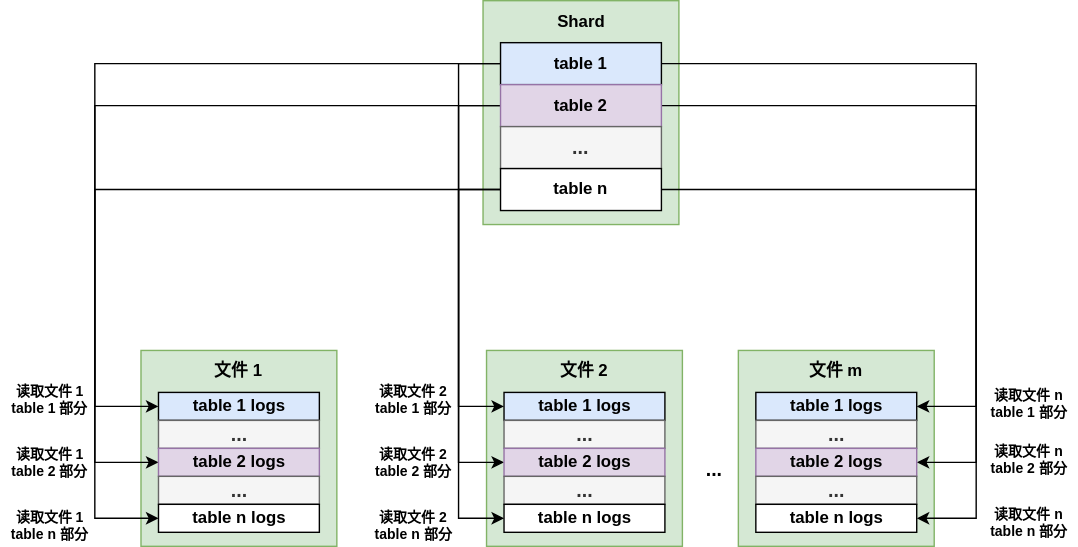
Before: rockswal.drawio.svg, a diagram exported from draw.io (Rachelint/drawio-store). Source tidied: cells renumbered, new cells last; positions are measured from the earlier drawing's top-left corner, leaving out a move shared by most shapes.
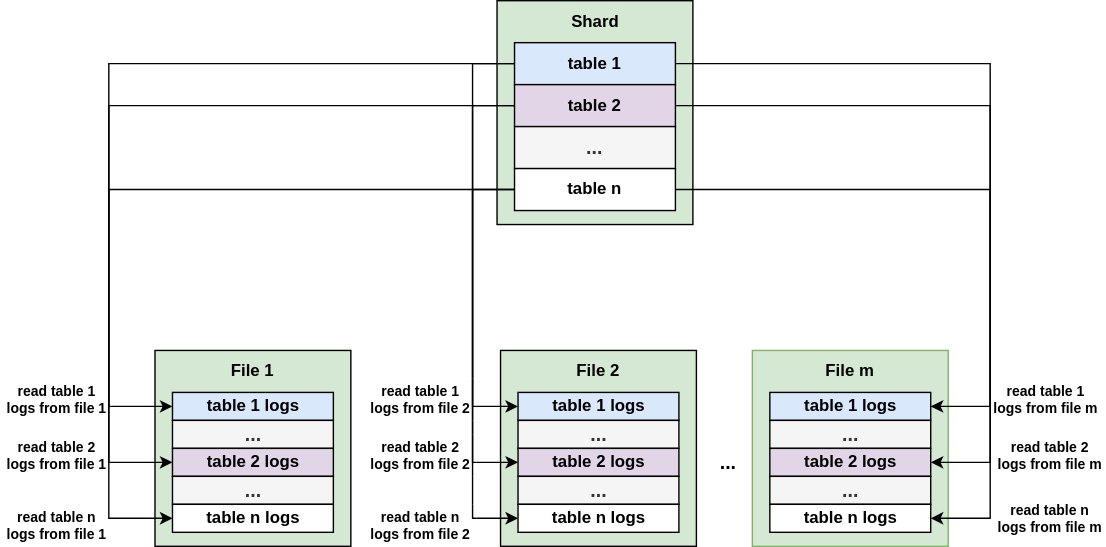
Above is the later version.

What changed in the source:
```diff
@@ -2,16 +2,16 @@
   <root>
     <mxCell id="0" />
     <mxCell id="1" parent="0" />
-    <mxCell id="2" style="rounded=0;whiteSpace=wrap;html=1;fillColor=#d5e8d4;strokeColor=#82b366;fontStyle=1;" parent="1" vertex="1">
+    <mxCell id="2" style="rounded=0;whiteSpace=wrap;html=1;fillColor=#d5e8d4;strokeColor=#82B366;fontStyle=1;" parent="1" vertex="1">
       <mxGeometry x="527" y="250" width="140" height="140" as="geometry" />
     </mxCell>
-    <mxCell id="3" style="rounded=0;whiteSpace=wrap;html=1;fillColor=#d5e8d4;strokeColor=#82b366;fontStyle=1;" parent="1" vertex="1">
+    <mxCell id="3" style="rounded=0;whiteSpace=wrap;html=1;fillColor=#d5e8d4;strokeColor=#000000;fontStyle=1;" parent="1" vertex="1">
       <mxGeometry x="347" y="250" width="140" height="140" as="geometry" />
     </mxCell>
-    <mxCell id="4" style="rounded=0;whiteSpace=wrap;html=1;fillColor=#d5e8d4;strokeColor=#82b366;fontStyle=1;" parent="1" vertex="1">
+    <mxCell id="4" style="rounded=0;whiteSpace=wrap;html=1;fillColor=#d5e8d4;strokeColor=#000000;fontStyle=1;" parent="1" vertex="1">
       <mxGeometry x="100" y="250" width="140" height="140" as="geometry" />
     </mxCell>
-    <mxCell id="5" style="rounded=0;whiteSpace=wrap;html=1;fillColor=#d5e8d4;strokeColor=#82b366;fontStyle=1;" parent="1" vertex="1">
+    <mxCell id="5" style="rounded=0;whiteSpace=wrap;html=1;fillColor=#d5e8d4;strokeColor=#000000;fontStyle=1;" parent="1" vertex="1">
       <mxGeometry x="344.5" width="140" height="160" as="geometry" />
     </mxCell>
     <mxCell id="6" style="edgeStyle=orthogonalEdgeStyle;rounded=0;jettySize=auto;html=1;exitX=0;exitY=0.5;exitDx=0;exitDy=0;entryX=0;entryY=0.5;entryDx=0;entryDy=0;fontStyle=1;" parent="1" edge="1" source="9" target="20">
@@ -65,10 +65,10 @@
         </Array>
       </mxGeometry>
     </mxCell>
-    <mxCell id="13" value="table 2" style="rounded=0;whiteSpace=wrap;html=1;fillColor=#e1d5e7;strokeColor=#9673a6;fontStyle=1;" parent="1" vertex="1">
+    <mxCell id="13" value="table 2" style="rounded=0;whiteSpace=wrap;html=1;fillColor=#e1d5e7;strokeColor=#000000;fontStyle=1;" parent="1" vertex="1">
       <mxGeometry x="357" y="60" width="115" height="30" as="geometry" />
     </mxCell>
-    <mxCell id="14" value="&lt;font style=&quot;font-size: 14px;&quot;&gt;&lt;span&gt;...&lt;/span&gt;&lt;/font&gt;" style="rounded=0;whiteSpace=wrap;html=1;fillColor=#f5f5f5;strokeColor=#666666;fontColor=#333333;fontStyle=1;" parent="1" vertex="1">
+    <mxCell id="14" value="&lt;font style=&quot;font-size: 14px;&quot;&gt;&lt;span&gt;...&lt;/span&gt;&lt;/font&gt;" style="rounded=0;whiteSpace=wrap;html=1;fillColor=#f5f5f5;strokeColor=#000000;fontColor=#333333;fontStyle=1;" parent="1" vertex="1">
       <mxGeometry x="357" y="90" width="115" height="30" as="geometry" />
     </mxCell>
     <mxCell id="15" style="edgeStyle=orthogonalEdgeStyle;rounded=0;jettySize=auto;html=1;exitX=1;exitY=0.5;exitDx=0;exitDy=0;entryX=1;entryY=0.5;entryDx=0;entryDy=0;fontStyle=1;" parent="1" edge="1" source="18" target="34">
@@ -95,7 +95,7 @@
         </Array>
       </mxGeometry>
     </mxCell>
-    <mxCell id="18" value="table n" style="rounded=0;whiteSpace=wrap;html=1;fontStyle=1;" parent="1" vertex="1">
+    <mxCell id="18" value="table n" style="rounded=0;whiteSpace=wrap;html=1;fontStyle=1;strokeColor=#000000;" parent="1" vertex="1">
       <mxGeometry x="357" y="120" width="115" height="30" as="geometry" />
     </mxCell>
     <mxCell id="19" value="Shard" style="text;html=1;strokeColor=none;fillColor=none;align=center;verticalAlign=middle;whiteSpace=wrap;rounded=0;fontStyle=1;" parent="1" vertex="1">
@@ -104,86 +104,86 @@
     <mxCell id="20" value="table 1 logs" style="rounded=0;whiteSpace=wrap;html=1;fillColor=#dae8fc;strokeColor=#000000;fontStyle=1;" parent="1" vertex="1">
       <mxGeometry x="112.5" y="280" width="115" height="20" as="geometry" />
     </mxCell>
-    <mxCell id="21" value="&lt;font style=&quot;font-size: 14px;&quot;&gt;&lt;span&gt;...&lt;/span&gt;&lt;/font&gt;" style="rounded=0;whiteSpace=wrap;html=1;fillColor=#f5f5f5;strokeColor=#666666;fontColor=#333333;fontStyle=1;" parent="1" vertex="1">
+    <mxCell id="21" value="&lt;font style=&quot;font-size: 14px;&quot;&gt;&lt;span&gt;...&lt;/span&gt;&lt;/font&gt;" style="rounded=0;whiteSpace=wrap;html=1;fillColor=#f5f5f5;strokeColor=#000000;fontColor=#333333;fontStyle=1;" parent="1" vertex="1">
       <mxGeometry x="112.5" y="300" width="115" height="20" as="geometry" />
     </mxCell>
-    <mxCell id="22" value="table 2 logs" style="rounded=0;whiteSpace=wrap;html=1;fillColor=#e1d5e7;strokeColor=#9673a6;fontStyle=1;" parent="1" vertex="1">
+    <mxCell id="22" value="table 2 logs" style="rounded=0;whiteSpace=wrap;html=1;fillColor=#e1d5e7;strokeColor=#000000;fontStyle=1;" parent="1" vertex="1">
       <mxGeometry x="112.5" y="320" width="115" height="20" as="geometry" />
     </mxCell>
-    <mxCell id="23" value="&lt;font style=&quot;font-size: 14px;&quot;&gt;&lt;span&gt;...&lt;/span&gt;&lt;/font&gt;" style="rounded=0;whiteSpace=wrap;html=1;fillColor=#f5f5f5;strokeColor=#666666;fontColor=#333333;fontStyle=1;" parent="1" vertex="1">
+    <mxCell id="23" value="&lt;font style=&quot;font-size: 14px;&quot;&gt;&lt;span&gt;...&lt;/span&gt;&lt;/font&gt;" style="rounded=0;whiteSpace=wrap;html=1;fillColor=#f5f5f5;strokeColor=#000000;fontColor=#333333;fontStyle=1;" parent="1" vertex="1">
       <mxGeometry x="112.5" y="340" width="115" height="20" as="geometry" />
     </mxCell>
-    <mxCell id="24" value="table n logs" style="rounded=0;whiteSpace=wrap;html=1;fontStyle=1;" parent="1" vertex="1">
+    <mxCell id="24" value="table n logs" style="rounded=0;whiteSpace=wrap;html=1;fontStyle=1;strokeColor=#000000;" parent="1" vertex="1">
       <mxGeometry x="112.5" y="360" width="115" height="20" as="geometry" />
     </mxCell>
     <mxCell id="25" value="table 1 logs" style="rounded=0;whiteSpace=wrap;html=1;fillColor=#dae8fc;strokeColor=#000000;fontStyle=1;" parent="1" vertex="1">
       <mxGeometry x="359.5" y="280" width="115" height="20" as="geometry" />
     </mxCell>
-    <mxCell id="26" value="&lt;font style=&quot;font-size: 14px;&quot;&gt;&lt;span&gt;...&lt;/span&gt;&lt;/font&gt;" style="rounded=0;whiteSpace=wrap;html=1;fillColor=#f5f5f5;strokeColor=#666666;fontColor=#333333;fontStyle=1;" parent="1" vertex="1">
+    <mxCell id="26" value="&lt;font style=&quot;font-size: 14px;&quot;&gt;&lt;span&gt;...&lt;/span&gt;&lt;/font&gt;" style="rounded=0;whiteSpace=wrap;html=1;fillColor=#f5f5f5;strokeColor=#000000;fontColor=#333333;fontStyle=1;" parent="1" vertex="1">
       <mxGeometry x="359.5" y="300" width="115" height="20" as="geometry" />
     </mxCell>
-    <mxCell id="27" value="table 2 logs" style="rounded=0;whiteSpace=wrap;html=1;fillColor=#e1d5e7;strokeColor=#9673a6;fontStyle=1;" parent="1" vertex="1">
+    <mxCell id="27" value="table 2 logs" style="rounded=0;whiteSpace=wrap;html=1;fillColor=#e1d5e7;strokeColor=#000000;fontStyle=1;" parent="1" vertex="1">
       <mxGeometry x="359.5" y="320" width="115" height="20" as="geometry" />
     </mxCell>
-    <mxCell id="28" value="&lt;font style=&quot;font-size: 14px;&quot;&gt;&lt;span&gt;...&lt;/span&gt;&lt;/font&gt;" style="rounded=0;whiteSpace=wrap;html=1;fillColor=#f5f5f5;strokeColor=#666666;fontColor=#333333;fontStyle=1;" parent="1" vertex="1">
+    <mxCell id="28" value="&lt;font style=&quot;font-size: 14px;&quot;&gt;&lt;span&gt;...&lt;/span&gt;&lt;/font&gt;" style="rounded=0;whiteSpace=wrap;html=1;fillColor=#f5f5f5;strokeColor=#000000;fontColor=#333333;fontStyle=1;" parent="1" vertex="1">
       <mxGeometry x="359.5" y="340" width="115" height="20" as="geometry" />
     </mxCell>
-    <mxCell id="29" value="table n logs" style="rounded=0;whiteSpace=wrap;html=1;fontStyle=1;" parent="1" vertex="1">
+    <mxCell id="29" value="table n logs" style="rounded=0;whiteSpace=wrap;html=1;fontStyle=1;strokeColor=#000000;" parent="1" vertex="1">
       <mxGeometry x="359.5" y="360" width="115" height="20" as="geometry" />
     </mxCell>
     <mxCell id="30" value="table 1 logs" style="rounded=0;whiteSpace=wrap;html=1;fillColor=#dae8fc;strokeColor=#000000;fontStyle=1;" parent="1" vertex="1">
       <mxGeometry x="539.5" y="280" width="115" height="20" as="geometry" />
     </mxCell>
-    <mxCell id="31" value="&lt;font style=&quot;font-size: 14px;&quot;&gt;&lt;span&gt;...&lt;/span&gt;&lt;/font&gt;" style="rounded=0;whiteSpace=wrap;html=1;fillColor=#f5f5f5;strokeColor=#666666;fontColor=#333333;fontStyle=1;" parent="1" vertex="1">
+    <mxCell id="31" value="&lt;font style=&quot;font-size: 14px;&quot;&gt;&lt;span&gt;...&lt;/span&gt;&lt;/font&gt;" style="rounded=0;whiteSpace=wrap;html=1;fillColor=#f5f5f5;strokeColor=#000000;fontColor=#333333;fontStyle=1;" parent="1" vertex="1">
       <mxGeometry x="539.5" y="300" width="115" height="20" as="geometry" />
     </mxCell>
-    <mxCell id="32" value="table 2 logs" style="rounded=0;whiteSpace=wrap;html=1;fillColor=#e1d5e7;strokeColor=#9673a6;fontStyle=1;" parent="1" vertex="1">
+    <mxCell id="32" value="table 2 logs" style="rounded=0;whiteSpace=wrap;html=1;fillColor=#e1d5e7;strokeColor=#000000;fontStyle=1;" parent="1" vertex="1">
       <mxGeometry x="539.5" y="320" width="115" height="20" as="geometry" />
     </mxCell>
-    <mxCell id="33" value="&lt;font style=&quot;font-size: 14px;&quot;&gt;&lt;span&gt;...&lt;/span&gt;&lt;/font&gt;" style="rounded=0;whiteSpace=wrap;html=1;fillColor=#f5f5f5;strokeColor=#666666;fontColor=#333333;fontStyle=1;" parent="1" vertex="1">
+    <mxCell id="33" value="&lt;font style=&quot;font-size: 14px;&quot;&gt;&lt;span&gt;...&lt;/span&gt;&lt;/font&gt;" style="rounded=0;whiteSpace=wrap;html=1;fillColor=#f5f5f5;strokeColor=#000000;fontColor=#333333;fontStyle=1;" parent="1" vertex="1">
       <mxGeometry x="539.5" y="340" width="115" height="20" as="geometry" />
     </mxCell>
-    <mxCell id="34" value="table n logs" style="rounded=0;whiteSpace=wrap;html=1;fontStyle=1;" parent="1" vertex="1">
+    <mxCell id="34" value="table n logs" style="rounded=0;whiteSpace=wrap;html=1;fontStyle=1;strokeColor=#000000;" parent="1" vertex="1">
       <mxGeometry x="539.5" y="360" width="115" height="20" as="geometry" />
     </mxCell>
     <mxCell id="35" value="&lt;font style=&quot;font-size: 14px;&quot;&gt;&lt;span&gt;...&lt;/span&gt;&lt;br&gt;&lt;/font&gt;" style="text;html=1;strokeColor=none;fillColor=none;align=center;verticalAlign=middle;whiteSpace=wrap;rounded=0;fontStyle=1;" parent="1" vertex="1">
-      <mxGeometry x="479.5" y="320" width="60" height="30" as="geometry" />
+      <mxGeometry x="479.5" y="315" width="60" height="30" as="geometry" />
     </mxCell>
-    <mxCell id="36" value="文件 1" style="text;html=1;strokeColor=none;fillColor=none;align=center;verticalAlign=middle;whiteSpace=wrap;rounded=0;fontStyle=1;" parent="1" vertex="1">
+    <mxCell id="36" value="File 1" style="text;html=1;strokeColor=none;fillColor=none;align=center;verticalAlign=middle;whiteSpace=wrap;rounded=0;fontStyle=1;" parent="1" vertex="1">
       <mxGeometry x="140" y="250" width="60" height="30" as="geometry" />
     </mxCell>
-    <mxCell id="37" value="文件 2" style="text;html=1;strokeColor=none;fillColor=none;align=center;verticalAlign=middle;whiteSpace=wrap;rounded=0;fontStyle=1;" parent="1" vertex="1">
+    <mxCell id="37" value="File 2" style="text;html=1;strokeColor=none;fillColor=none;align=center;verticalAlign=middle;whiteSpace=wrap;rounded=0;fontStyle=1;" parent="1" vertex="1">
       <mxGeometry x="387" y="250" width="60" height="30" as="geometry" />
     </mxCell>
-    <mxCell id="38" value="文件 m" style="text;html=1;strokeColor=none;fillColor=none;align=center;verticalAlign=middle;whiteSpace=wrap;rounded=0;fontStyle=1;" parent="1" vertex="1">
+    <mxCell id="38" value="File m" style="text;html=1;strokeColor=none;fillColor=none;align=center;verticalAlign=middle;whiteSpace=wrap;rounded=0;fontStyle=1;" parent="1" vertex="1">
       <mxGeometry x="567" y="250" width="60" height="30" as="geometry" />
     </mxCell>
-    <mxCell id="39" value="读取文件 1 table 1 部分" style="text;html=1;strokeColor=none;fillColor=none;align=center;verticalAlign=middle;whiteSpace=wrap;rounded=0;strokeWidth=0;fontSize=10;fontStyle=1;" parent="1" vertex="1">
-      <mxGeometry y="270" width="70" height="30" as="geometry" />
+    <mxCell id="39" value="read table 1 logs from file 1" style="text;html=1;strokeColor=none;fillColor=none;align=center;verticalAlign=middle;whiteSpace=wrap;rounded=0;strokeWidth=0;fontSize=10;fontStyle=1;" parent="1" vertex="1">
+      <mxGeometry x="-10" y="270" width="80" height="30" as="geometry" />
     </mxCell>
-    <mxCell id="40" value="读取文件 1 table 2 部分" style="text;html=1;strokeColor=none;fillColor=none;align=center;verticalAlign=middle;whiteSpace=wrap;rounded=0;strokeWidth=0;fontSize=10;fontStyle=1;" parent="1" vertex="1">
-      <mxGeometry y="315" width="70" height="30" as="geometry" />
-    </mxCell>
-    <mxCell id="41" value="读取文件 1 table n 部分" style="text;html=1;strokeColor=none;fillColor=none;align=center;verticalAlign=middle;whiteSpace=wrap;rounded=0;strokeWidth=0;fontSize=10;fontStyle=1;" parent="1" vertex="1">
-      <mxGeometry y="360" width="70" height="30" as="geometry" />
-    </mxCell>
-    <mxCell id="42" value="读取文件 2 table 1 部分" style="text;html=1;strokeColor=none;fillColor=none;align=center;verticalAlign=middle;whiteSpace=wrap;rounded=0;fontSize=10;fontStyle=1;" parent="1" vertex="1">
-      <mxGeometry x="260" y="270" width="70" height="30" as="geometry" />
-    </mxCell>
-    <mxCell id="43" value="读取文件 2 table 2 部分" style="text;html=1;strokeColor=none;fillColor=none;align=center;verticalAlign=middle;whiteSpace=wrap;rounded=0;fontSize=10;fontStyle=1;" parent="1" vertex="1">
-      <mxGeometry x="260" y="312.5" width="70" height="35" as="geometry" />
-    </mxCell>
-    <mxCell id="44" value="读取文件 2 table n 部分" style="text;html=1;strokeColor=none;fillColor=none;align=center;verticalAlign=middle;whiteSpace=wrap;rounded=0;fontSize=10;fontStyle=1;" parent="1" vertex="1">
-      <mxGeometry x="260" y="360" width="70" height="30" as="geometry" />
-    </mxCell>
-    <mxCell id="45" value="读取文件 n table 1 部分" style="text;html=1;strokeColor=none;fillColor=none;align=center;verticalAlign=middle;whiteSpace=wrap;rounded=0;fontSize=10;fontStyle=1;" parent="1" vertex="1">
-      <mxGeometry x="700" y="272.5" width="70" height="30" as="geometry" />
-    </mxCell>
-    <mxCell id="46" value="读取文件 n table 2 部分" style="text;html=1;strokeColor=none;fillColor=none;align=center;verticalAlign=middle;whiteSpace=wrap;rounded=0;fontSize=10;fontStyle=1;" parent="1" vertex="1">
-      <mxGeometry x="700" y="312.5" width="70" height="30" as="geometry" />
-    </mxCell>
-    <mxCell id="47" value="读取文件 n table n 部分" style="text;html=1;strokeColor=none;fillColor=none;align=center;verticalAlign=middle;whiteSpace=wrap;rounded=0;fontSize=10;fontStyle=1;" parent="1" vertex="1">
-      <mxGeometry x="700" y="357.5" width="70" height="30" as="geometry" />
-    </mxCell>
+    <mxCell id="48" value="read table 2 logs from file 1" style="text;html=1;strokeColor=none;fillColor=none;align=center;verticalAlign=middle;whiteSpace=wrap;rounded=0;strokeWidth=0;fontSize=10;fontStyle=1;" parent="1" vertex="1">
+      <mxGeometry x="-10" y="310" width="80" height="30" as="geometry" />
+    </mxCell>
+    <mxCell id="49" value="read table n logs from file 1" style="text;html=1;strokeColor=none;fillColor=none;align=center;verticalAlign=middle;whiteSpace=wrap;rounded=0;strokeWidth=0;fontSize=10;fontStyle=1;" parent="1" vertex="1">
+      <mxGeometry x="-10" y="360" width="80" height="30" as="geometry" />
+    </mxCell>
+    <mxCell id="50" value="read table 1 logs from file 2" style="text;html=1;strokeColor=#FFFFFF;fillColor=none;align=center;verticalAlign=middle;whiteSpace=wrap;rounded=0;strokeWidth=0;fontSize=10;fontStyle=1;" parent="1" vertex="1">
+      <mxGeometry x="250" y="270" width="80" height="30" as="geometry" />
+    </mxCell>
+    <mxCell id="51" value="read table 2 logs from file 2" style="text;html=1;strokeColor=#FFFFFF;fillColor=none;align=center;verticalAlign=middle;whiteSpace=wrap;rounded=0;strokeWidth=0;fontSize=10;fontStyle=1;" parent="1" vertex="1">
+      <mxGeometry x="250" y="310" width="80" height="30" as="geometry" />
+    </mxCell>
+    <mxCell id="52" value="read table n logs from file 2" style="text;html=1;strokeColor=#FFFFFF;fillColor=none;align=center;verticalAlign=middle;whiteSpace=wrap;rounded=0;strokeWidth=0;fontSize=10;fontStyle=1;" parent="1" vertex="1">
+      <mxGeometry x="250" y="360" width="80" height="30" as="geometry" />
+    </mxCell>
+    <mxCell id="53" value="read table 1 logs from file m" style="text;html=1;strokeColor=none;fillColor=none;align=center;verticalAlign=middle;whiteSpace=wrap;rounded=0;strokeWidth=0;fontSize=10;fontStyle=1;" parent="1" vertex="1">
+      <mxGeometry x="697" y="270" width="80" height="30" as="geometry" />
+    </mxCell>
+    <mxCell id="54" value="read table 2 logs from file m" style="text;html=1;strokeColor=none;fillColor=none;align=center;verticalAlign=middle;whiteSpace=wrap;rounded=0;strokeWidth=0;fontSize=10;fontStyle=1;" parent="1" vertex="1">
+      <mxGeometry x="700" y="310" width="80" height="30" as="geometry" />
+    </mxCell>
+    <mxCell id="55" value="read table n logs from file m" style="text;html=1;strokeColor=none;fillColor=none;align=center;verticalAlign=middle;whiteSpace=wrap;rounded=0;strokeWidth=0;fontSize=10;fontStyle=1;" parent="1" vertex="1">
+      <mxGeometry x="700" y="355" width="80" height="30" as="geometry" />
+    </mxCell>
   </root>
 </mxGraphModel>
```
